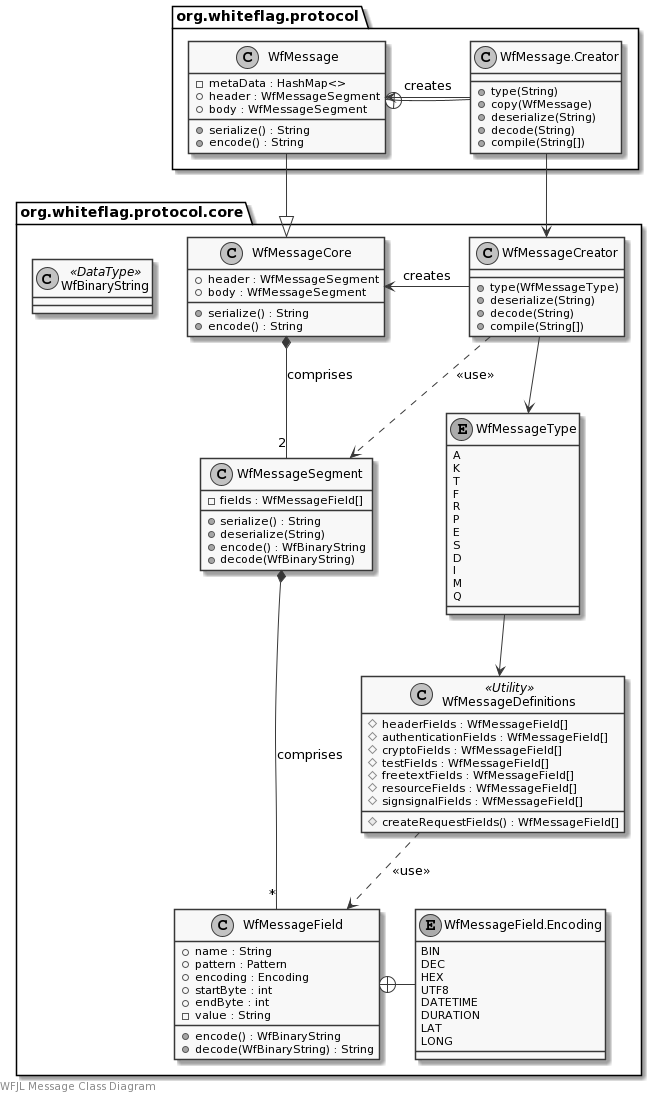
Earlier version of the PlantUML export docs/uml/messages.png (WhiteflagProtocol/whiteflag-java).
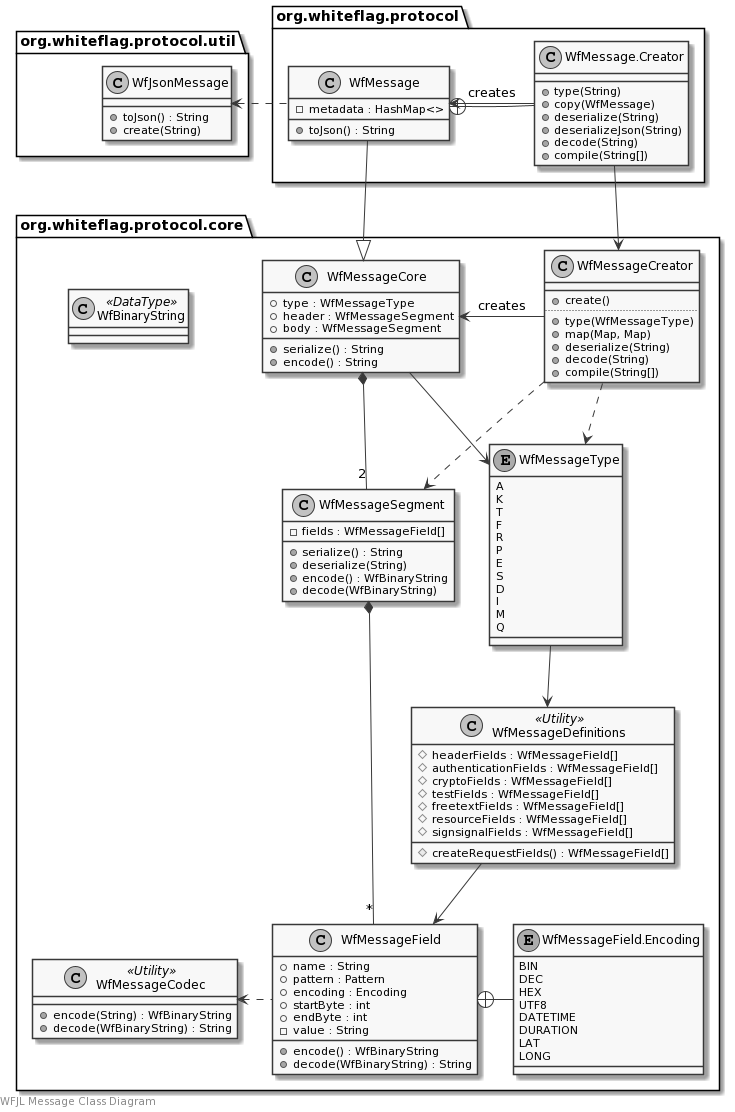
Above is the later version.

Commit message:
Updated class diagram

What changed in the source:
```diff
@@ -5,6 +5,7 @@
 
 package org.whiteflag.protocol.core {
     class WfMessageCore {
+        +type : WfMessageType
         +header : WfMessageSegment
         +body : WfMessageSegment
         +serialize() : String
@@ -38,7 +39,11 @@
         LONG
     }
     class WfMessageCreator {
+        __
+        +create()
+        ..
         +type(WfMessageType)
+        +map(Map, Map)
         +deserialize(String)
         +decode(String)
         +compile(String[])
@@ -67,40 +72,52 @@
         #signsignalFields : WfMessageField[]
         #createRequestFields() : WfMessageField[]
     }
+    class WfMessageCodec <<Utility>> {
+        +encode(String) : WfBinaryString
+        +decode(WfBinaryString) : String
+    }
     class WfBinaryString <<DataType>>
+}
+
+package org.whiteflag.protocol.util {
+    class WfJsonMessage {
+        +toJson() : String
+        +create(String)
+    }
 }
 
 package org.whiteflag.protocol {
     class WfMessage {
-        -metaData : HashMap<>
-        +header : WfMessageSegment
-        +body : WfMessageSegment
-        +serialize() : String
-        +encode() : String
+        -metadata : HashMap<>
+        +toJson() : String
     }
     class WfMessage.Creator {
         +type(String)
         +copy(WfMessage)
         +deserialize(String)
+        +deserializeJson(String)
         +decode(String)
         +compile(String[])
     }
 }
 
-WfMessageField +- WfMessageField.Encoding
-WfMessageSegment *-- "*" WfMessageField: comprises
-WfMessageCore *-- "2" WfMessageSegment: comprises
-
-WfMessageCreator -> WfMessageCore: creates
-WfMessageCreator --> WfMessageType
-
-WfMessageType --> WfMessageDefinitions
-
-WfMessageCreator ..> WfMessageSegment: <<use>>
-WfMessageDefinitions ..> WfMessageField: <<use>>
+WfJsonMessage <. WfMessage
 
 WfMessage --|> WfMessageCore
 WfMessage +- WfMessage.Creator
-WfMessage.Creator -> WfMessage: creates
+WfMessage <- WfMessage.Creator: creates
 WfMessage.Creator --> WfMessageCreator
+
+WfMessageCore --> WfMessageType
+WfMessageCore *-- "2" WfMessageSegment
+WfMessageSegment *-- "*" WfMessageField
+WfMessageField +- WfMessageField.Encoding
+WfMessageCodec <. WfMessageField
+
+WfMessageCreator -> WfMessageCore: creates
+WfMessageCreator ..> WfMessageType
+WfMessageCreator ..> WfMessageSegment
+
+WfMessageType --> WfMessageDefinitions
+WfMessageDefinitions --> WfMessageField
 @enduml
```
